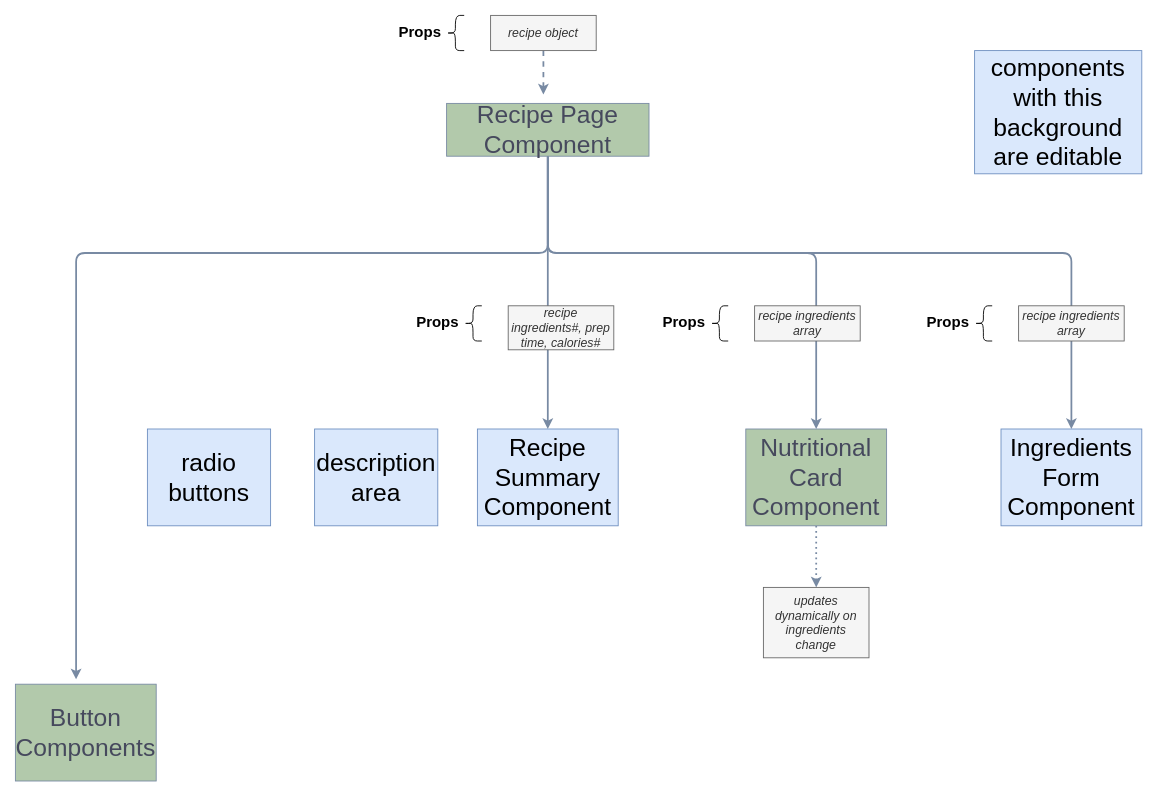
sisackov/recipe-collections-react keeps this draw.io diagram as page "Recipe Edit Page" (6 of 10) of diagrams/component-diagrams.drawio. Above is the earlier version. Source tidied: cells renumbered, new cells numbered last; positions are measured from the earlier drawing's top-left corner, leaving out a move shared by most shapes. Both pictures are drawn from the tidied source at 88%, with x=0, y=0 at pixel (15, 15).
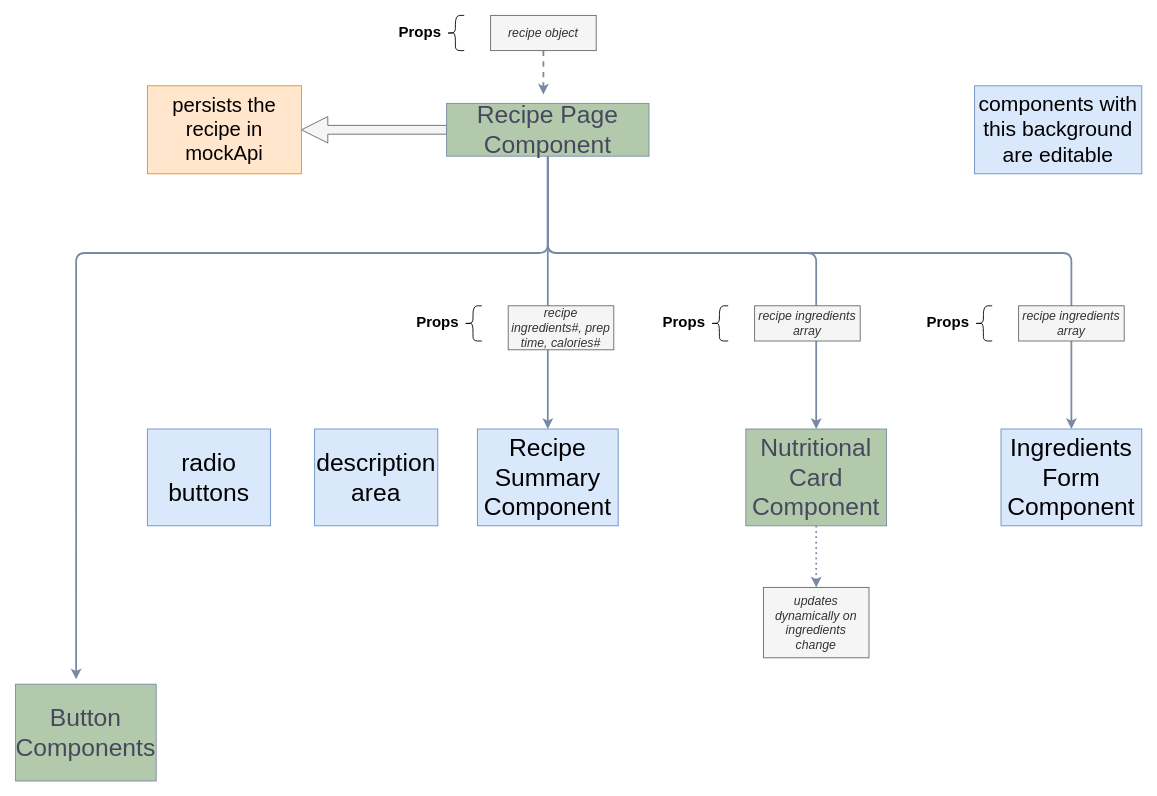
The same page after the edit.

Unchanged cells that the change refers to:
```xml
<mxCell id="6" value="Recipe Page Component" style="rounded=0;whiteSpace=wrap;html=1;fontSize=28;align=center;fillColor=#B2C9AB;strokeColor=#788AA3;fontColor=#46495D;" parent="1" vertex="1">
  <mxGeometry x="490" y="100" width="230" height="60" as="geometry" />
</mxCell>
```

The edit, as a diff of the source:
```diff
@@
+    <mxCell id="29" style="edgeStyle=orthogonalEdgeStyle;rounded=0;jettySize=auto;html=1;shape=arrow;fillColor=#f5f5f5;strokeColor=#666666;" parent="1" edge="1" source="6" target="30">
+      <mxGeometry relative="1" as="geometry" />
+    </mxCell>
@@
-    <mxCell id="26" value="components with this background are editable" style="rounded=0;whiteSpace=wrap;html=1;fontSize=28;align=center;fillColor=#dae8fc;strokeColor=#6c8ebf;" parent="1" vertex="1">
-      <mxGeometry x="1090" y="40" width="190" height="140" as="geometry" />
+    <mxCell id="26" value="components with this background are editable" style="rounded=0;whiteSpace=wrap;html=1;fontSize=24;align=center;fillColor=#dae8fc;strokeColor=#6c8ebf;" parent="1" vertex="1">
+      <mxGeometry x="1090" y="80" width="190" height="100" as="geometry" />
     </mxCell>
@@
+    <mxCell id="30" value="persists the recipe in mockApi" style="whiteSpace=wrap;html=1;fontSize=23;fillColor=#ffe6cc;strokeColor=#d79b00;rounded=0;" parent="1" vertex="1">
+      <mxGeometry x="150" y="80" width="175" height="100" as="geometry" />
+    </mxCell>
```
